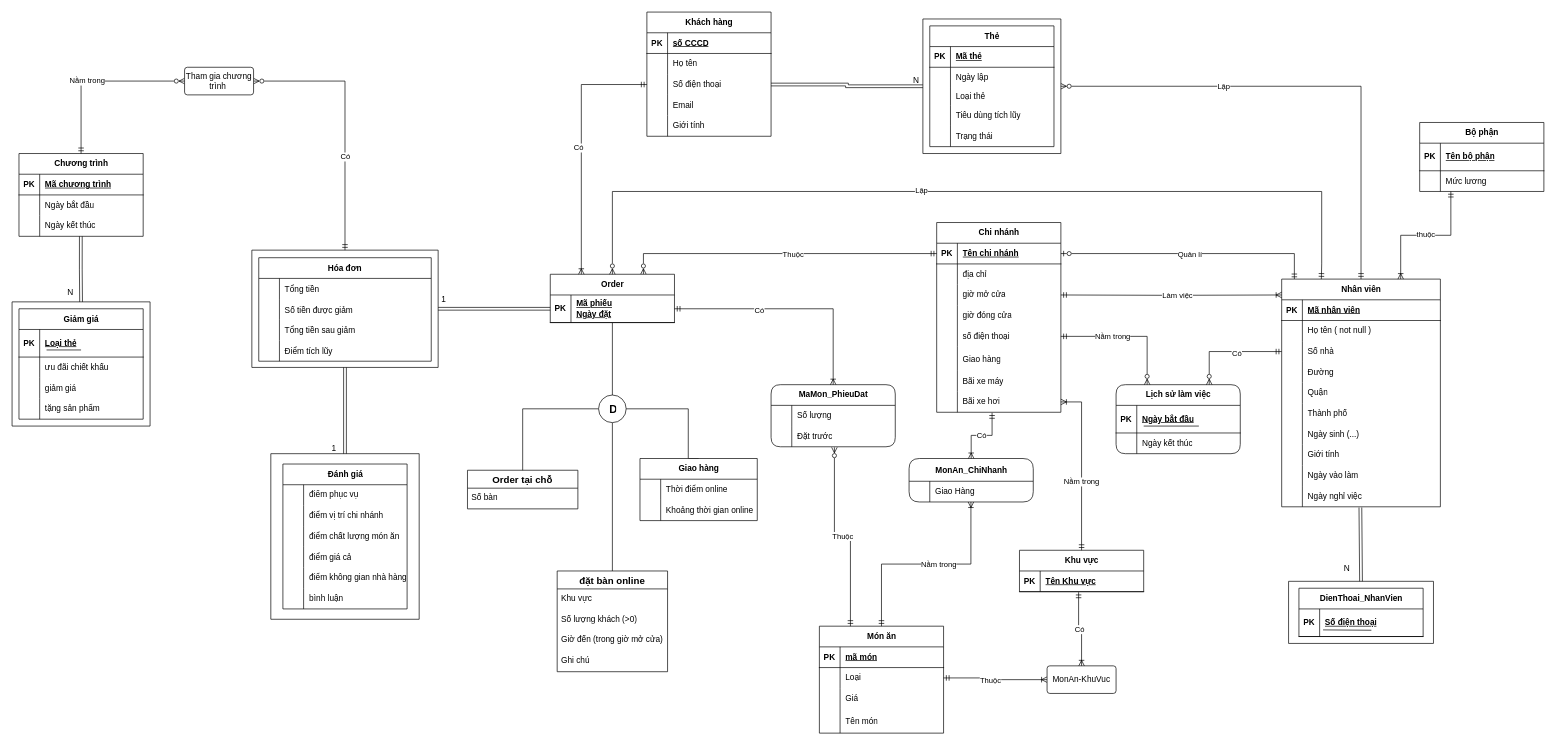
The draw.io diagram ER-SecondHalf.drawio in botbienn/Do-an-sushi-CSDL-22-1-nhom-10, before the edit. Source tidied: cells renumbered, new cells numbered last; positions are measured from the earlier drawing's top-left corner, leaving out a move shared by most shapes. Both pictures are drawn from the tidied source at 69%, with x=0, y=0 at pixel (12, 12).
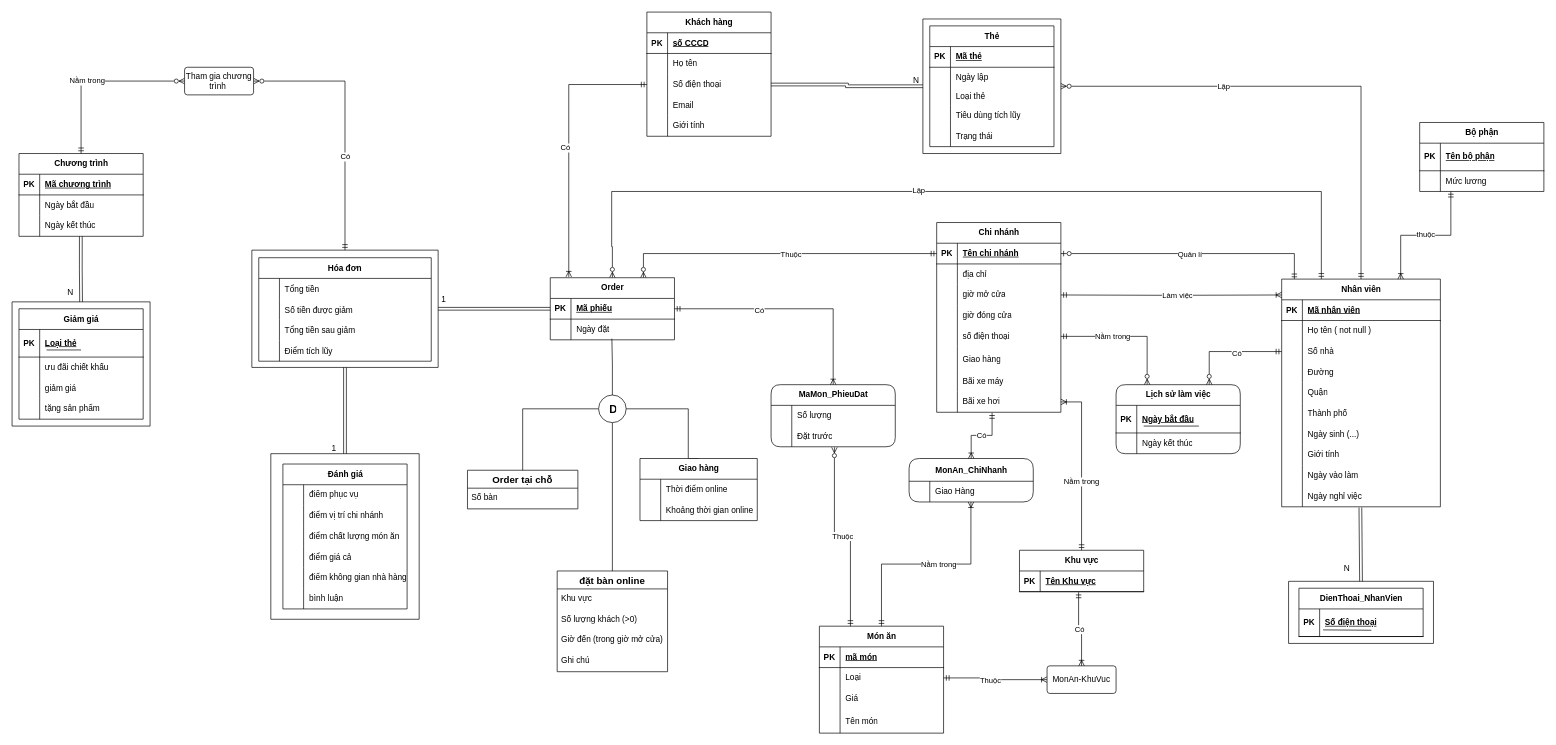
The same diagram, later.

Unchanged cells that the change refers to:
```xml
<mxCell id="17" value="Nhân viên" style="shape=table;startSize=30;childLayout=tableLayout;rowLines=0;fontStyle=1;align=center;html=1;" parent="1" vertex="1">
  <mxGeometry x="1840" y="387" width="230" height="330" as="geometry" />
</mxCell>
<mxCell id="83" value="MaMon_PhieuDat" style="shape=table;startSize=30;childLayout=tableLayout;rowLines=0;fontStyle=1;align=center;html=1;rounded=1;" parent="1" vertex="1">
  <mxGeometry x="1100" y="540" width="180" height="90" as="geometry" />
</mxCell>
<mxCell id="105" style="verticalLabelPosition=bottom;verticalAlign=middle;html=1;shape=mxgraph.flowchart.on-page_reference;" parent="1" vertex="1">
  <mxGeometry x="850" y="555" width="40" height="40" as="geometry" />
</mxCell>
<mxCell id="116" style="shape=tableRow;horizontal=0;startSize=0;swimlaneHead=0;swimlaneBody=0;fillColor=none;points=[[0,0.5],[1,0.5]];portConstraint=eastwest;top=0;left=0;right=0;bottom=0;" parent="109" vertex="1">
  <mxGeometry y="90" width="180" height="30" as="geometry" />
</mxCell>
<mxCell id="237" style="swimlane;startSize=0;" parent="1" vertex="1">
  <mxGeometry x="347.5" y="345" width="270" height="170" as="geometry" />
</mxCell>
```

What changed in the source:
```diff
@@
-    <mxCell id="92" value="Order" style="shape=table;startSize=30;childLayout=tableLayout;rowLines=0;fontStyle=1;align=center;html=1;" parent="1" vertex="1">
-      <mxGeometry x="780" y="380" width="180" height="70" as="geometry" />
-    </mxCell>
-    <mxCell id="93" style="shape=tableRow;horizontal=0;startSize=0;swimlaneHead=0;swimlaneBody=0;fillColor=none;points=[[0,0.5],[1,0.5]];portConstraint=eastwest;top=0;left=0;right=0;bottom=1;" parent="92" vertex="1">
-      <mxGeometry y="30" width="180" height="40" as="geometry" />
-    </mxCell>
-    <mxCell id="94" value="PK" style="shape=partialRectangle;fillColor=none;top=0;left=0;bottom=0;right=0;fontStyle=1;overflow=hidden;whiteSpace=wrap;html=1;" parent="93" vertex="1">
-      <mxGeometry width="30" height="40" as="geometry" />
-    </mxCell>
-    <mxCell id="95" value="Mã phiếu&lt;div&gt;Ngày đặt&lt;/div&gt;" style="shape=partialRectangle;fillColor=none;top=0;left=0;bottom=0;right=0;align=left;spacingLeft=6;fontStyle=5;overflow=hidden;whiteSpace=wrap;html=1;" parent="93" vertex="1">
-      <mxGeometry x="30" width="150" height="40" as="geometry" />
-    </mxCell>
@@
-    <mxCell id="146" style="edgeStyle=orthogonalEdgeStyle;fontSize=12;html=1;endArrow=ERmandOne;endFill=0;rounded=0;entryX=0;entryY=0.5;entryDx=0;entryDy=0;startArrow=ERoneToMany;startFill=0;exitX=0.25;exitY=0;exitDx=0;exitDy=0;" parent="1" edge="1" source="92" target="116">
+    <mxCell id="146" style="edgeStyle=orthogonalEdgeStyle;fontSize=12;html=1;endArrow=ERmandOne;endFill=0;rounded=0;entryX=0;entryY=0.5;entryDx=0;entryDy=0;startArrow=ERoneToMany;startFill=0;exitX=0.149;exitY=-0.013;exitDx=0;exitDy=0;exitPerimeter=0;" parent="1" edge="1" source="92" target="116">
       <mxGeometry relative="1" as="geometry" />
     </mxCell>
@@
-    <mxCell id="148" style="edgeStyle=orthogonalEdgeStyle;fontSize=12;html=1;endArrow=ERmandOne;endFill=0;rounded=0;entryX=0.25;entryY=0;entryDx=0;entryDy=0;startArrow=ERzeroToMany;startFill=0;" parent="1" edge="1" target="17">
+    <mxCell id="148" style="edgeStyle=orthogonalEdgeStyle;fontSize=12;html=1;endArrow=ERmandOne;endFill=0;rounded=0;entryX=0.25;entryY=0;entryDx=0;entryDy=0;startArrow=ERzeroToMany;startFill=0;exitX=0.5;exitY=0;exitDx=0;exitDy=0;" parent="1" edge="1" source="92" target="17">
       <mxGeometry relative="1" as="geometry">
-        <mxPoint x="870" y="380" as="sourcePoint" />
         <Array as="points">
-          <mxPoint x="870" y="260" />
+          <mxPoint x="870" y="340" />
+          <mxPoint x="869" y="340" />
+          <mxPoint x="869" y="260" />
           <mxPoint x="1898" y="260" />
-          <mxPoint x="1898" y="365" />
         </Array>
       </mxGeometry>
     </mxCell>
@@
-    <mxCell id="150" style="endArrow=ERmandOne;html=1;rounded=0;edgeStyle=orthogonalEdgeStyle;entryX=1;entryY=0.5;entryDx=0;entryDy=0;exitX=0.5;exitY=0;exitDx=0;exitDy=0;startArrow=ERoneToMany;startFill=0;endFill=0;" parent="1" edge="1" source="83" target="93">
+    <mxCell id="150" style="endArrow=ERmandOne;html=1;rounded=0;edgeStyle=orthogonalEdgeStyle;exitX=0.5;exitY=0;exitDx=0;exitDy=0;startArrow=ERoneToMany;startFill=0;endFill=0;entryX=1;entryY=0.5;entryDx=0;entryDy=0;" parent="1" edge="1" source="83" target="270">
       <mxGeometry relative="1" as="geometry" />
     </mxCell>
@@
-    <mxCell id="153" style="endArrow=none;html=1;rounded=0;entryX=0.5;entryY=1.013;entryDx=0;entryDy=0;entryPerimeter=0;exitX=0.5;exitY=0;exitDx=0;exitDy=0;exitPerimeter=0;" parent="1" edge="1" source="105" target="93">
-      <mxGeometry relative="1" as="geometry" />
+    <mxCell id="153" style="endArrow=none;html=1;rounded=0;exitX=0.5;exitY=0;exitDx=0;exitDy=0;exitPerimeter=0;entryX=0.496;entryY=0.944;entryDx=0;entryDy=0;entryPerimeter=0;" parent="1" edge="1" source="105" target="272">
+      <mxGeometry relative="1" as="geometry">
+        <Array as="points">
+          <mxPoint x="870" y="510" />
+        </Array>
+      </mxGeometry>
     </mxCell>
@@
-    <mxCell id="251" style="shape=link;html=1;rounded=0;entryX=1;entryY=0.5;entryDx=0;entryDy=0;exitX=0;exitY=0.5;exitDx=0;exitDy=0;" parent="1" edge="1" source="93" target="237">
+    <mxCell id="251" style="shape=link;html=1;rounded=0;entryX=1;entryY=0.5;entryDx=0;entryDy=0;exitX=0;exitY=0.5;exitDx=0;exitDy=0;" parent="1" edge="1" source="270" target="237">
       <mxGeometry relative="1" as="geometry" />
     </mxCell>
@@
+    <mxCell id="92" value="Order" style="shape=table;startSize=30;childLayout=tableLayout;rowLines=0;fontStyle=1;align=center;html=1;" parent="1" vertex="1">
+      <mxGeometry x="780" y="385" width="180" height="90" as="geometry" />
+    </mxCell>
+    <mxCell id="270" style="shape=tableRow;horizontal=0;startSize=0;swimlaneHead=0;swimlaneBody=0;fillColor=none;points=[[0,0.5],[1,0.5]];portConstraint=eastwest;top=0;left=0;right=0;bottom=1;" parent="92" vertex="1">
+      <mxGeometry y="30" width="180" height="30" as="geometry" />
+    </mxCell>
+    <mxCell id="94" value="PK" style="shape=partialRectangle;fillColor=none;top=0;left=0;bottom=0;right=0;fontStyle=1;overflow=hidden;whiteSpace=wrap;html=1;" parent="270" vertex="1">
+      <mxGeometry width="30" height="30" as="geometry" />
+    </mxCell>
+    <mxCell id="271" value="Mã phiếu" style="shape=partialRectangle;fillColor=none;top=0;left=0;bottom=0;right=0;align=left;spacingLeft=6;fontStyle=5;overflow=hidden;whiteSpace=wrap;html=1;" parent="270" vertex="1">
+      <mxGeometry x="30" width="150" height="30" as="geometry" />
+    </mxCell>
+    <mxCell id="272" style="shape=tableRow;horizontal=0;startSize=0;swimlaneHead=0;swimlaneBody=0;fillColor=none;points=[[0,0.5],[1,0.5]];portConstraint=eastwest;top=0;left=0;right=0;bottom=0;" parent="92" vertex="1">
+      <mxGeometry y="60" width="180" height="30" as="geometry" />
+    </mxCell>
+    <mxCell id="273" style="shape=partialRectangle;fillColor=none;top=0;left=0;bottom=0;right=0;overflow=hidden;whiteSpace=wrap;html=1;" parent="272" vertex="1">
+      <mxGeometry width="30" height="30" as="geometry" />
+    </mxCell>
+    <mxCell id="274" value="Ngày đặt" style="shape=partialRectangle;fillColor=none;top=0;left=0;bottom=0;right=0;align=left;spacingLeft=6;overflow=hidden;whiteSpace=wrap;html=1;" parent="272" vertex="1">
+      <mxGeometry x="30" width="150" height="30" as="geometry" />
+    </mxCell>
```
